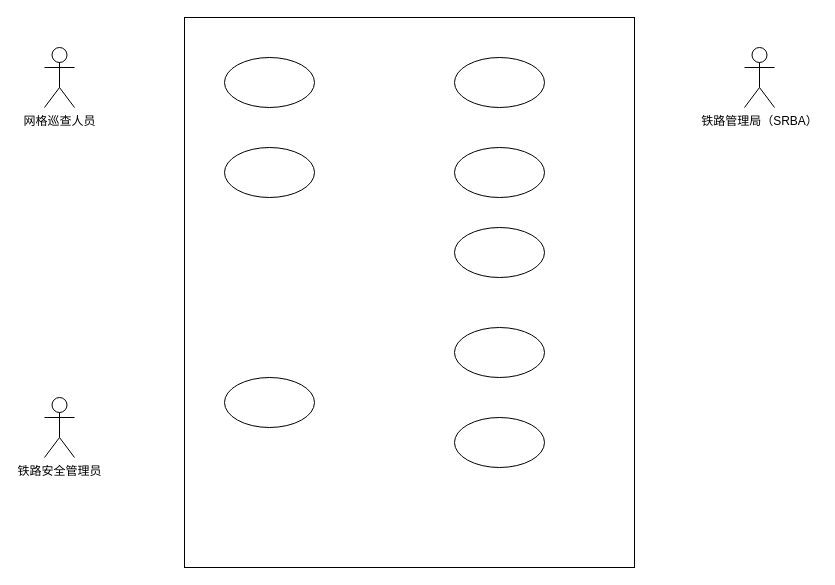
Earlier version of the draw.io diagram 用例图1.drawio (Lxlorange/drawio). Source tidied: cells renumbered, new cells numbered last; positions are measured from the earlier drawing's top-left corner, leaving out a move shared by most shapes. Both pictures are drawn from the tidied source at 100%, with x=0, y=0 at pixel (44, 17).
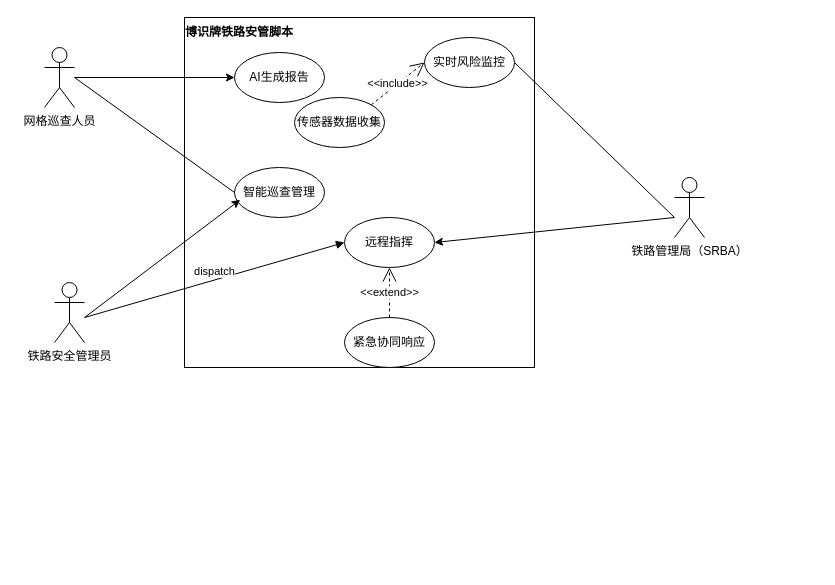
The same diagram, later.

Commit message:
更新用例图1.drawio

Unchanged cells that the change refers to:
```xml
<mxCell id="3" value="网格巡查人员" style="shape=umlActor;verticalLabelPosition=bottom;verticalAlign=top;html=1;outlineConnect=0;" parent="1" vertex="1">
  <mxGeometry y="30" width="30" height="60" as="geometry" />
</mxCell>
```

Change to the diagram source:
```diff
@@
     <mxCell id="2" style="rounded=0;whiteSpace=wrap;html=1;" parent="1" vertex="1">
-      <mxGeometry x="140" width="450" height="550" as="geometry" />
+      <mxGeometry x="140" width="350" height="350" as="geometry" />
     </mxCell>
+    <mxCell id="14" style="edgeStyle=orthogonalEdgeStyle;rounded=0;jettySize=auto;html=1;entryX=0;entryY=0.5;entryDx=0;entryDy=0;" parent="1" edge="1" source="3" target="6">
+      <mxGeometry relative="1" as="geometry" />
+    </mxCell>
@@
     <mxCell id="4" value="铁路安全管理员" style="shape=umlActor;verticalLabelPosition=bottom;verticalAlign=top;html=1;" parent="1" vertex="1">
-      <mxGeometry y="380" width="30" height="60" as="geometry" />
+      <mxGeometry x="10" y="265" width="30" height="60" as="geometry" />
     </mxCell>
     <mxCell id="5" value="铁路管理局（SRBA）" style="shape=umlActor;verticalLabelPosition=bottom;verticalAlign=top;html=1;" parent="1" vertex="1">
-      <mxGeometry x="700" y="30" width="30" height="60" as="geometry" />
+      <mxGeometry x="630" y="160" width="30" height="60" as="geometry" />
     </mxCell>
-    <mxCell id="6" style="ellipse;whiteSpace=wrap;html=1;" parent="1" vertex="1">
-      <mxGeometry x="180" y="40" width="90" height="50" as="geometry" />
+    <mxCell id="6" value="AI生成报告" style="ellipse;whiteSpace=wrap;html=1;" parent="1" vertex="1">
+      <mxGeometry x="190" y="35" width="90" height="50" as="geometry" />
     </mxCell>
-    <mxCell id="7" style="ellipse;whiteSpace=wrap;html=1;" parent="1" vertex="1">
-      <mxGeometry x="410" y="40" width="90" height="50" as="geometry" />
+    <mxCell id="7" value="实时风险监控" style="ellipse;whiteSpace=wrap;html=1;" parent="1" vertex="1">
+      <mxGeometry x="380" y="20" width="90" height="50" as="geometry" />
     </mxCell>
-    <mxCell id="8" style="ellipse;whiteSpace=wrap;html=1;" parent="1" vertex="1">
-      <mxGeometry x="180" y="130" width="90" height="50" as="geometry" />
+    <mxCell id="8" value="智能巡查管理" style="ellipse;whiteSpace=wrap;html=1;" parent="1" vertex="1">
+      <mxGeometry x="190" y="150" width="90" height="50" as="geometry" />
     </mxCell>
-    <mxCell id="9" style="ellipse;whiteSpace=wrap;html=1;" parent="1" vertex="1">
-      <mxGeometry x="410" y="210" width="90" height="50" as="geometry" />
-    </mxCell>
-    <mxCell id="10" style="ellipse;whiteSpace=wrap;html=1;" parent="1" vertex="1">
-      <mxGeometry x="410" y="130" width="90" height="50" as="geometry" />
+    <mxCell id="10" value="传感器数据收集" style="ellipse;whiteSpace=wrap;html=1;" parent="1" vertex="1">
+      <mxGeometry x="250" y="80" width="90" height="50" as="geometry" />
     </mxCell>
-    <mxCell id="11" style="ellipse;whiteSpace=wrap;html=1;" parent="1" vertex="1">
-      <mxGeometry x="410" y="310" width="90" height="50" as="geometry" />
-    </mxCell>
-    <mxCell id="12" style="ellipse;whiteSpace=wrap;html=1;" parent="1" vertex="1">
-      <mxGeometry x="410" y="400" width="90" height="50" as="geometry" />
+    <mxCell id="12" value="紧急协同响应" style="ellipse;whiteSpace=wrap;html=1;" parent="1" vertex="1">
+      <mxGeometry x="300" y="300" width="90" height="50" as="geometry" />
     </mxCell>
-    <mxCell id="13" style="ellipse;whiteSpace=wrap;html=1;" parent="1" vertex="1">
-      <mxGeometry x="180" y="360" width="90" height="50" as="geometry" />
+    <mxCell id="13" value="远程指挥" style="ellipse;whiteSpace=wrap;html=1;" parent="1" vertex="1">
+      <mxGeometry x="300" y="200" width="90" height="50" as="geometry" />
     </mxCell>
+    <mxCell id="15" value="&lt;div&gt;&lt;div class=&quot;old-record-id-EgNMd8jZPobp9axW8APcuTESnOb&quot;&gt;&lt;strong&gt;博识牌铁路安管脚本&lt;/strong&gt;&lt;/div&gt;&lt;/div&gt;&lt;span class=&quot;lark-record-clipboard&quot; data-lark-record-data=&quot;{&amp;quot;rootId&amp;quot;:&amp;quot;YEhrdIaTvoggZvxtlEtc4QMWnRe&amp;quot;,&amp;quot;text&amp;quot;:{&amp;quot;initialAttributedTexts&amp;quot;:{&amp;quot;text&amp;quot;:{&amp;quot;0&amp;quot;:&amp;quot;博识牌铁路安管脚本&amp;quot;},&amp;quot;attribs&amp;quot;:{&amp;quot;0&amp;quot;:&amp;quot;*0*1+9&amp;quot;}},&amp;quot;apool&amp;quot;:{&amp;quot;numToAttrib&amp;quot;:{&amp;quot;0&amp;quot;:[&amp;quot;author&amp;quot;,&amp;quot;7369065156772184067&amp;quot;],&amp;quot;1&amp;quot;:[&amp;quot;bold&amp;quot;,&amp;quot;true&amp;quot;]},&amp;quot;nextNum&amp;quot;:2}},&amp;quot;type&amp;quot;:&amp;quot;text&amp;quot;,&amp;quot;referenceRecordMap&amp;quot;:{},&amp;quot;extra&amp;quot;:{&amp;quot;channel&amp;quot;:&amp;quot;saas&amp;quot;,&amp;quot;isEqualBlockSelection&amp;quot;:false,&amp;quot;pasteRandomId&amp;quot;:&amp;quot;719aeff2-7f1b-4116-b2ea-c4e05b10d2c9&amp;quot;,&amp;quot;mention_page_title&amp;quot;:{},&amp;quot;external_mention_url&amp;quot;:{}},&amp;quot;isKeepQuoteContainer&amp;quot;:false,&amp;quot;isFromCode&amp;quot;:false,&amp;quot;selection&amp;quot;:[{&amp;quot;id&amp;quot;:34,&amp;quot;type&amp;quot;:&amp;quot;text&amp;quot;,&amp;quot;selection&amp;quot;:{&amp;quot;start&amp;quot;:44,&amp;quot;end&amp;quot;:53},&amp;quot;recordId&amp;quot;:&amp;quot;EgNMd8jZPobp9axW8APcuTESnOb&amp;quot;}],&amp;quot;payloadMap&amp;quot;:{},&amp;quot;isCut&amp;quot;:false}&quot;&gt;&lt;/span&gt;" style="text;html=1;align=center;verticalAlign=middle;whiteSpace=wrap;rounded=0;" parent="1" vertex="1">
+      <mxGeometry x="140" width="110" height="30" as="geometry" />
+    </mxCell>
+    <mxCell id="16" style="endArrow=none;html=1;rounded=0;exitX=0;exitY=0.5;exitDx=0;exitDy=0;" parent="1" edge="1" source="8">
+      <mxGeometry relative="1" as="geometry">
+        <mxPoint x="30" y="60" as="targetPoint" />
+      </mxGeometry>
+    </mxCell>
+    <mxCell id="17" style="endArrow=classic;html=1;rounded=0;entryX=1;entryY=0.5;entryDx=0;entryDy=0;" parent="1" edge="1" target="13">
+      <mxGeometry relative="1" as="geometry">
+        <mxPoint x="630" y="200" as="sourcePoint" />
+      </mxGeometry>
+    </mxCell>
+    <mxCell id="18" value="&amp;lt;&amp;lt;include&amp;gt;&amp;gt;" style="endArrow=open;endSize=12;dashed=1;html=1;rounded=0;entryX=0;entryY=0.5;entryDx=0;entryDy=0;exitX=1;exitY=0;exitDx=0;exitDy=0;" parent="1" edge="1" source="10" target="7">
+      <mxGeometry relative="1" as="geometry" />
+    </mxCell>
+    <mxCell id="19" style="endArrow=classic;html=1;rounded=0;entryX=0.063;entryY=0.647;entryDx=0;entryDy=0;entryPerimeter=0;" parent="1" edge="1" target="8">
+      <mxGeometry relative="1" as="geometry">
+        <mxPoint x="40" y="300" as="sourcePoint" />
+      </mxGeometry>
+    </mxCell>
+    <mxCell id="20" style="endArrow=none;html=1;rounded=0;exitX=1;exitY=0.5;exitDx=0;exitDy=0;" parent="1" edge="1" source="7">
+      <mxGeometry relative="1" as="geometry">
+        <mxPoint x="630" y="200" as="targetPoint" />
+      </mxGeometry>
+    </mxCell>
+    <mxCell id="21" value="&amp;lt;&amp;lt;extend&amp;gt;&amp;gt;" style="endArrow=open;endSize=12;dashed=1;html=1;rounded=0;exitX=0.5;exitY=0;exitDx=0;exitDy=0;entryX=0.5;entryY=1;entryDx=0;entryDy=0;" parent="1" edge="1" source="12" target="13">
+      <mxGeometry relative="1" as="geometry" />
+    </mxCell>
+    <mxCell id="22" value="dispatch" style="html=1;verticalAlign=bottom;endArrow=block;curved=0;rounded=0;entryX=0;entryY=0.5;entryDx=0;entryDy=0;" parent="1" edge="1" target="13">
+      <mxGeometry relative="1" as="geometry">
+        <mxPoint x="40" y="300" as="sourcePoint" />
+      </mxGeometry>
+    </mxCell>
```
